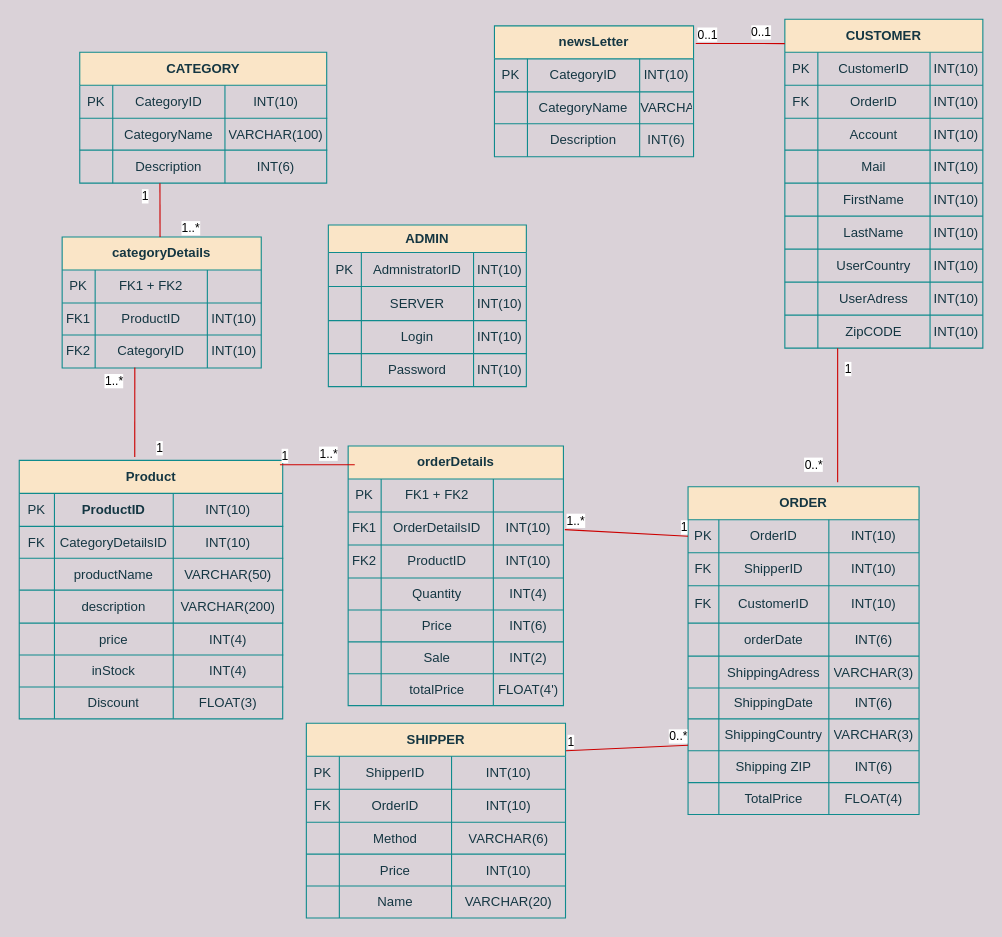
Before: fysisktDiagram.drawio in TechWithRyan/Webbshop, a draw.io diagram. Source tidied: cells renumbered, new cells numbered last; positions are measured from the earlier drawing's top-left corner, leaving out a move shared by most shapes. Both pictures are drawn from the tidied source at 110%, with x=0, y=0 at pixel (19, 19).
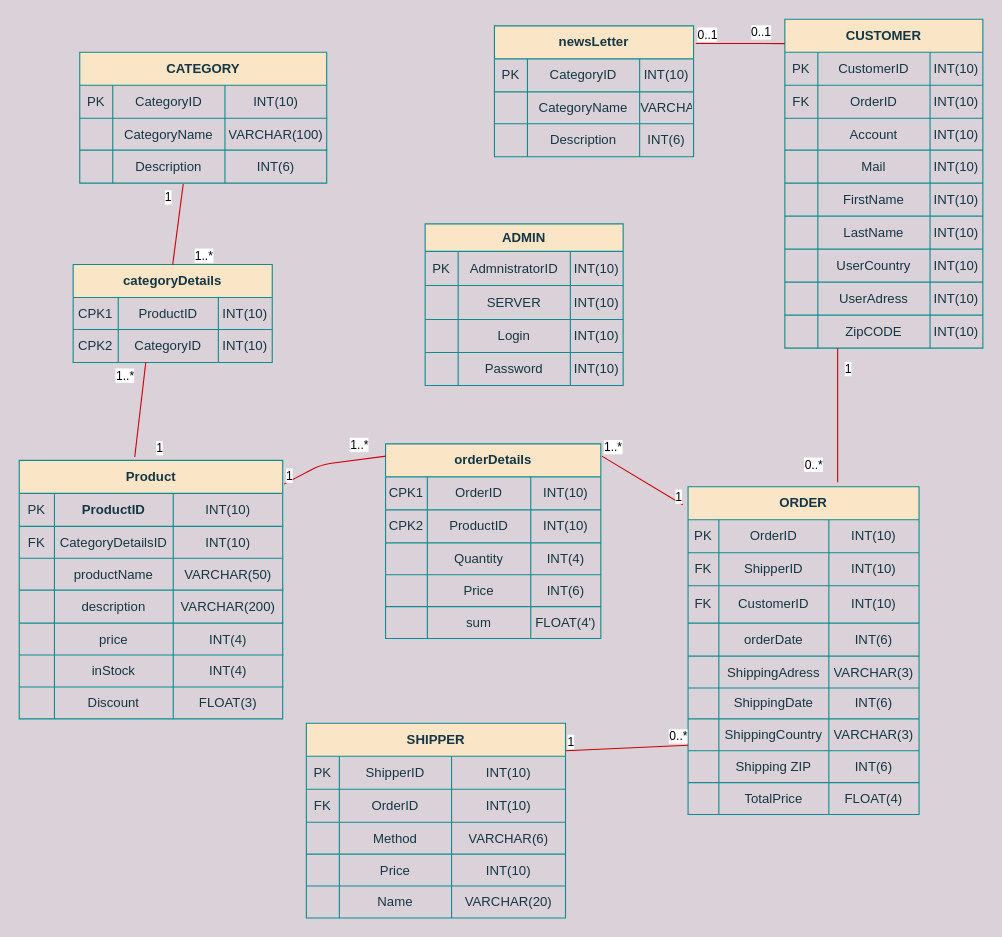
After the change.

The change refers to these unchanged cells:
```xml
<mxCell id="2" value="Product" style="shape=table;html=1;whiteSpace=wrap;startSize=30;childLayout=tableLayout;fontStyle=1;align=center;fillColor=#FAE5C7;strokeColor=#0F8B8D;fontColor=#143642;" parent="1" vertex="1">
  <mxGeometry y="401" width="239.5" height="235" as="geometry" />
</mxCell>
<mxCell id="85" value="ORDER" style="shape=table;html=1;whiteSpace=wrap;startSize=30;childLayout=tableLayout;fontStyle=1;align=center;fillColor=#FAE5C7;strokeColor=#0F8B8D;fontColor=#143642;" parent="1" vertex="1">
  <mxGeometry x="608" y="425" width="210" height="298" as="geometry" />
</mxCell>
<mxCell id="86" style="shape=partialRectangle;html=1;whiteSpace=wrap;fillColor=none;top=0;left=0;bottom=0;right=0;points=[[0,0.5],[1,0.5]];portConstraint=eastwest;strokeColor=#0F8B8D;fontColor=#143642;" parent="85" vertex="1">
  <mxGeometry y="30" width="210" height="30" as="geometry" />
</mxCell>
<mxCell id="152" style="shape=partialRectangle;html=1;whiteSpace=wrap;fillColor=none;top=0;left=0;bottom=0;right=0;points=[[0,0.5],[1,0.5]];portConstraint=eastwest;strokeColor=#0F8B8D;fontColor=#143642;" parent="143" vertex="1">
  <mxGeometry y="89" width="224.5" height="30" as="geometry" />
</mxCell>
```

Change to the diagram source:
```diff
@@
     <mxCell id="31" value="ADMIN" style="shape=table;html=1;whiteSpace=wrap;startSize=25;childLayout=tableLayout;fontStyle=1;align=center;fillColor=#FAE5C7;strokeColor=#0F8B8D;fontColor=#143642;" parent="1" vertex="1">
-      <mxGeometry x="281" y="187" width="180" height="147" as="geometry" />
+      <mxGeometry x="369" y="186" width="180" height="147" as="geometry" />
     </mxCell>
@@
     <mxCell id="169" value="orderDetails" style="shape=table;html=1;whiteSpace=wrap;startSize=30;childLayout=tableLayout;fontStyle=1;align=center;fillColor=#FAE5C7;strokeColor=#0F8B8D;fontColor=#143642;" parent="1" vertex="1">
-      <mxGeometry x="299" y="388" width="195.7" height="236" as="geometry" />
+      <mxGeometry x="333" y="386" width="195.7" height="177" as="geometry" />
     </mxCell>
-    <mxCell id="170" style="shape=partialRectangle;html=1;whiteSpace=wrap;fillColor=none;top=0;left=0;bottom=0;right=0;strokeColor=#0F8B8D;fontColor=#143642;" parent="169" vertex="1">
-      <mxGeometry y="30" width="195.7" height="30" as="geometry" />
-    </mxCell>
-    <mxCell id="171" value="PK" style="shape=partialRectangle;html=1;whiteSpace=wrap;fillColor=none;top=0;left=0;bottom=0;right=0;overflow=hidden;strokeColor=#0F8B8D;fontColor=#143642;" parent="170" vertex="1">
-      <mxGeometry width="30" height="30" as="geometry" />
-    </mxCell>
-    <mxCell id="172" value="FK1 + FK2" style="shape=partialRectangle;html=1;whiteSpace=wrap;fillColor=none;top=0;left=0;bottom=0;right=0;overflow=hidden;strokeColor=#0F8B8D;fontColor=#143642;" parent="170" vertex="1">
-      <mxGeometry x="30" width="102" height="30" as="geometry" />
-    </mxCell>
-    <mxCell id="173" style="shape=partialRectangle;html=1;whiteSpace=wrap;fillColor=none;top=0;left=0;bottom=0;right=0;overflow=hidden;strokeColor=#0F8B8D;fontColor=#143642;" parent="170" vertex="1">
-      <mxGeometry x="132" width="64" height="30" as="geometry" />
-    </mxCell>
     <mxCell id="174" style="shape=partialRectangle;html=1;whiteSpace=wrap;fillColor=none;top=0;left=0;bottom=0;right=0;strokeColor=#0F8B8D;fontColor=#143642;" parent="169" vertex="1">
-      <mxGeometry y="60" width="195.7" height="30" as="geometry" />
+      <mxGeometry y="30" width="195.7" height="30" as="geometry" />
     </mxCell>
-    <mxCell id="175" value="FK1" style="shape=partialRectangle;html=1;whiteSpace=wrap;fillColor=none;top=0;left=0;bottom=0;right=0;overflow=hidden;strokeColor=#0F8B8D;fontColor=#143642;" parent="174" vertex="1">
-      <mxGeometry width="30" height="30" as="geometry" />
+    <mxCell id="175" value="CPK1" style="shape=partialRectangle;html=1;whiteSpace=wrap;fillColor=none;top=0;left=0;bottom=0;right=0;overflow=hidden;strokeColor=#0F8B8D;fontColor=#143642;" parent="174" vertex="1">
+      <mxGeometry width="38" height="30" as="geometry" />
     </mxCell>
-    <mxCell id="176" value="OrderDetailsID" style="shape=partialRectangle;html=1;whiteSpace=wrap;fillColor=none;top=0;left=0;bottom=0;right=0;overflow=hidden;strokeColor=#0F8B8D;fontColor=#143642;" parent="174" vertex="1">
-      <mxGeometry x="30" width="102" height="30" as="geometry" />
+    <mxCell id="176" value="OrderID" style="shape=partialRectangle;html=1;whiteSpace=wrap;fillColor=none;top=0;left=0;bottom=0;right=0;overflow=hidden;strokeColor=#0F8B8D;fontColor=#143642;" parent="174" vertex="1">
+      <mxGeometry x="38" width="94" height="30" as="geometry" />
     </mxCell>
@@
     <mxCell id="178" style="shape=partialRectangle;html=1;whiteSpace=wrap;fillColor=none;top=0;left=0;bottom=0;right=0;strokeColor=#0F8B8D;fontColor=#143642;" parent="169" vertex="1">
-      <mxGeometry y="90" width="195.7" height="30" as="geometry" />
+      <mxGeometry y="60" width="195.7" height="30" as="geometry" />
     </mxCell>
-    <mxCell id="179" value="FK2" style="shape=partialRectangle;html=1;whiteSpace=wrap;fillColor=none;top=0;left=0;bottom=0;right=0;overflow=hidden;strokeColor=#0F8B8D;fontColor=#143642;" parent="178" vertex="1">
-      <mxGeometry width="30" height="30" as="geometry" />
+    <mxCell id="179" value="CPK2" style="shape=partialRectangle;html=1;whiteSpace=wrap;fillColor=none;top=0;left=0;bottom=0;right=0;overflow=hidden;strokeColor=#0F8B8D;fontColor=#143642;" parent="178" vertex="1">
+      <mxGeometry width="38" height="30" as="geometry" />
     </mxCell>
     <mxCell id="180" value="ProductID" style="shape=partialRectangle;html=1;whiteSpace=wrap;fillColor=none;top=0;left=0;bottom=0;right=0;overflow=hidden;strokeColor=#0F8B8D;fontColor=#143642;" parent="178" vertex="1">
-      <mxGeometry x="30" width="102" height="30" as="geometry" />
+      <mxGeometry x="38" width="94" height="30" as="geometry" />
     </mxCell>
@@
     <mxCell id="182" style="shape=partialRectangle;html=1;whiteSpace=wrap;fillColor=none;top=0;left=0;bottom=0;right=0;strokeColor=#0F8B8D;fontColor=#143642;" parent="169" vertex="1">
-      <mxGeometry y="120" width="195.7" height="29" as="geometry" />
+      <mxGeometry y="90" width="195.7" height="29" as="geometry" />
     </mxCell>
     <mxCell id="183" style="shape=partialRectangle;html=1;whiteSpace=wrap;fillColor=none;top=0;left=0;bottom=0;right=0;overflow=hidden;strokeColor=#0F8B8D;fontColor=#143642;" parent="182" vertex="1">
-      <mxGeometry width="30" height="29" as="geometry" />
+      <mxGeometry width="38" height="29" as="geometry" />
     </mxCell>
     <mxCell id="184" value="&lt;span style=&quot;text-align: left&quot;&gt;Quantity&lt;/span&gt;" style="shape=partialRectangle;html=1;whiteSpace=wrap;fillColor=none;top=0;left=0;bottom=0;right=0;overflow=hidden;strokeColor=#0F8B8D;fontColor=#143642;" parent="182" vertex="1">
-      <mxGeometry x="30" width="102" height="29" as="geometry" />
+      <mxGeometry x="38" width="94" height="29" as="geometry" />
     </mxCell>
@@
     <mxCell id="186" style="shape=partialRectangle;html=1;whiteSpace=wrap;fillColor=none;top=0;left=0;bottom=0;right=0;strokeColor=#0F8B8D;fontColor=#143642;" parent="169" vertex="1">
-      <mxGeometry y="149" width="195.7" height="29" as="geometry" />
+      <mxGeometry y="119" width="195.7" height="29" as="geometry" />
     </mxCell>
     <mxCell id="187" style="shape=partialRectangle;html=1;whiteSpace=wrap;fillColor=none;top=0;left=0;bottom=0;right=0;overflow=hidden;strokeColor=#0F8B8D;fontColor=#143642;" parent="186" vertex="1">
-      <mxGeometry width="30" height="29" as="geometry" />
+      <mxGeometry width="38" height="29" as="geometry" />
     </mxCell>
     <mxCell id="188" value="&lt;span style=&quot;text-align: left&quot;&gt;Price&lt;/span&gt;" style="shape=partialRectangle;html=1;whiteSpace=wrap;fillColor=none;top=0;left=0;bottom=0;right=0;overflow=hidden;strokeColor=#0F8B8D;fontColor=#143642;" parent="186" vertex="1">
-      <mxGeometry x="30" width="102" height="29" as="geometry" />
+      <mxGeometry x="38" width="94" height="29" as="geometry" />
     </mxCell>
@@
-    <mxCell id="190" style="shape=partialRectangle;html=1;whiteSpace=wrap;fillColor=none;top=0;left=0;bottom=0;right=0;strokeColor=#0F8B8D;fontColor=#143642;" parent="169" vertex="1">
-      <mxGeometry y="178" width="195.7" height="29" as="geometry" />
-    </mxCell>
-    <mxCell id="191" style="shape=partialRectangle;html=1;whiteSpace=wrap;fillColor=none;top=0;left=0;bottom=0;right=0;overflow=hidden;strokeColor=#0F8B8D;fontColor=#143642;" parent="190" vertex="1">
-      <mxGeometry width="30" height="29" as="geometry" />
-    </mxCell>
-    <mxCell id="192" value="&lt;span style=&quot;text-align: left&quot;&gt;Sale&lt;/span&gt;" style="shape=partialRectangle;html=1;whiteSpace=wrap;fillColor=none;top=0;left=0;bottom=0;right=0;overflow=hidden;strokeColor=#0F8B8D;fontColor=#143642;" parent="190" vertex="1">
-      <mxGeometry x="30" width="102" height="29" as="geometry" />
-    </mxCell>
-    <mxCell id="193" value="INT(2)" style="shape=partialRectangle;html=1;whiteSpace=wrap;fillColor=none;top=0;left=0;bottom=0;right=0;overflow=hidden;strokeColor=#0F8B8D;fontColor=#143642;" parent="190" vertex="1">
-      <mxGeometry x="132" width="64" height="29" as="geometry" />
-    </mxCell>
     <mxCell id="194" style="shape=partialRectangle;html=1;whiteSpace=wrap;fillColor=none;top=0;left=0;bottom=0;right=0;strokeColor=#0F8B8D;fontColor=#143642;" parent="169" vertex="1">
-      <mxGeometry y="207" width="195.7" height="29" as="geometry" />
+      <mxGeometry y="148" width="195.7" height="29" as="geometry" />
     </mxCell>
     <mxCell id="195" style="shape=partialRectangle;html=1;whiteSpace=wrap;fillColor=none;top=0;left=0;bottom=0;right=0;overflow=hidden;strokeColor=#0F8B8D;fontColor=#143642;" parent="194" vertex="1">
-      <mxGeometry width="30" height="29" as="geometry" />
+      <mxGeometry width="38" height="29" as="geometry" />
     </mxCell>
-    <mxCell id="196" value="totalPrice" style="shape=partialRectangle;html=1;whiteSpace=wrap;fillColor=none;top=0;left=0;bottom=0;right=0;overflow=hidden;strokeColor=#0F8B8D;fontColor=#143642;" parent="194" vertex="1">
-      <mxGeometry x="30" width="102" height="29" as="geometry" />
+    <mxCell id="196" value="sum" style="shape=partialRectangle;html=1;whiteSpace=wrap;fillColor=none;top=0;left=0;bottom=0;right=0;overflow=hidden;strokeColor=#0F8B8D;fontColor=#143642;" parent="194" vertex="1">
+      <mxGeometry x="38" width="94" height="29" as="geometry" />
     </mxCell>
@@
     <mxCell id="198" value="categoryDetails" style="shape=table;html=1;whiteSpace=wrap;startSize=30;childLayout=tableLayout;fontStyle=1;align=center;fillColor=#FAE5C7;strokeColor=#0F8B8D;fontColor=#143642;" parent="1" vertex="1">
-      <mxGeometry x="39" y="198" width="181" height="119" as="geometry" />
+      <mxGeometry x="49" y="223" width="181" height="89" as="geometry" />
     </mxCell>
-    <mxCell id="199" style="shape=partialRectangle;html=1;whiteSpace=wrap;fillColor=none;top=0;left=0;bottom=0;right=0;strokeColor=#0F8B8D;fontColor=#143642;" parent="198" vertex="1">
-      <mxGeometry y="30" width="181" height="30" as="geometry" />
-    </mxCell>
-    <mxCell id="200" value="PK" style="shape=partialRectangle;html=1;whiteSpace=wrap;fillColor=none;top=0;left=0;bottom=0;right=0;overflow=hidden;strokeColor=#0F8B8D;fontColor=#143642;" parent="199" vertex="1">
-      <mxGeometry width="30" height="30" as="geometry" />
-    </mxCell>
-    <mxCell id="201" value="FK1 + FK2" style="shape=partialRectangle;html=1;whiteSpace=wrap;fillColor=none;top=0;left=0;bottom=0;right=0;overflow=hidden;strokeColor=#0F8B8D;fontColor=#143642;" parent="199" vertex="1">
-      <mxGeometry x="30" width="102" height="30" as="geometry" />
-    </mxCell>
-    <mxCell id="202" style="shape=partialRectangle;html=1;whiteSpace=wrap;fillColor=none;top=0;left=0;bottom=0;right=0;overflow=hidden;strokeColor=#0F8B8D;fontColor=#143642;" parent="199" vertex="1">
-      <mxGeometry x="132" width="49" height="30" as="geometry" />
-    </mxCell>
     <mxCell id="203" style="shape=partialRectangle;html=1;whiteSpace=wrap;fillColor=none;top=0;left=0;bottom=0;right=0;strokeColor=#0F8B8D;fontColor=#143642;" parent="198" vertex="1">
-      <mxGeometry y="60" width="181" height="29" as="geometry" />
+      <mxGeometry y="30" width="181" height="29" as="geometry" />
     </mxCell>
-    <mxCell id="204" value="FK1" style="shape=partialRectangle;html=1;whiteSpace=wrap;fillColor=none;top=0;left=0;bottom=0;right=0;overflow=hidden;strokeColor=#0F8B8D;fontColor=#143642;" parent="203" vertex="1">
-      <mxGeometry width="30" height="29" as="geometry" />
+    <mxCell id="204" value="CPK1" style="shape=partialRectangle;html=1;whiteSpace=wrap;fillColor=none;top=0;left=0;bottom=0;right=0;overflow=hidden;strokeColor=#0F8B8D;fontColor=#143642;" parent="203" vertex="1">
+      <mxGeometry width="41" height="29" as="geometry" />
     </mxCell>
     <mxCell id="205" value="ProductID" style="shape=partialRectangle;html=1;whiteSpace=wrap;fillColor=none;top=0;left=0;bottom=0;right=0;overflow=hidden;strokeColor=#0F8B8D;fontColor=#143642;" parent="203" vertex="1">
-      <mxGeometry x="30" width="102" height="29" as="geometry" />
+      <mxGeometry x="41" width="91" height="29" as="geometry" />
     </mxCell>
@@
     <mxCell id="207" style="shape=partialRectangle;html=1;whiteSpace=wrap;fillColor=none;top=0;left=0;bottom=0;right=0;points=[[0,0.5],[1,0.5]];portConstraint=eastwest;strokeColor=#0F8B8D;fontColor=#143642;" parent="198" vertex="1">
-      <mxGeometry y="89" width="181" height="30" as="geometry" />
+      <mxGeometry y="59" width="181" height="30" as="geometry" />
     </mxCell>
-    <mxCell id="208" value="FK2" style="shape=partialRectangle;html=1;whiteSpace=wrap;fillColor=none;top=0;left=0;bottom=0;right=0;overflow=hidden;strokeColor=#0F8B8D;fontColor=#143642;" parent="207" vertex="1">
-      <mxGeometry width="30" height="30" as="geometry" />
+    <mxCell id="208" value="CPK2" style="shape=partialRectangle;html=1;whiteSpace=wrap;fillColor=none;top=0;left=0;bottom=0;right=0;overflow=hidden;strokeColor=#0F8B8D;fontColor=#143642;" parent="207" vertex="1">
+      <mxGeometry width="41" height="30" as="geometry" />
     </mxCell>
     <mxCell id="209" value="&lt;div style=&quot;text-align: left&quot;&gt;&lt;span&gt;CategoryID&lt;/span&gt;&lt;/div&gt;" style="shape=partialRectangle;html=1;whiteSpace=wrap;fillColor=none;top=0;left=0;bottom=0;right=0;overflow=hidden;strokeColor=#0F8B8D;fontColor=#143642;" parent="207" vertex="1">
-      <mxGeometry x="30" width="102" height="30" as="geometry" />
+      <mxGeometry x="41" width="91" height="30" as="geometry" />
     </mxCell>
@@
-    <mxCell id="211" style="endArrow=none;html=1;strokeColor=#CC0000;entryX=0;entryY=0.5;entryDx=0;entryDy=0;endFill=0;" parent="1" edge="1" target="86">
-      <mxGeometry relative="1" as="geometry">
-        <mxPoint x="496" y="464" as="sourcePoint" />
-      </mxGeometry>
+    <mxCell id="211" style="endArrow=none;html=1;strokeColor=#CC0000;entryX=-0.023;entryY=0.055;entryDx=0;entryDy=0;endFill=0;exitX=1.005;exitY=0.063;exitDx=0;exitDy=0;exitPerimeter=0;entryPerimeter=0;" parent="1" edge="1" source="169" target="85">
+      <mxGeometry relative="1" as="geometry" />
     </mxCell>
@@
-    <mxCell id="217" style="endArrow=none;html=1;strokeColor=#CC0000;endFill=0;" parent="1" edge="1">
+    <mxCell id="217" style="endArrow=none;html=1;strokeColor=#CC0000;endFill=0;entryX=0.002;entryY=0.063;entryDx=0;entryDy=0;exitX=1.005;exitY=0.092;exitDx=0;exitDy=0;exitPerimeter=0;entryPerimeter=0;" parent="1" edge="1" source="2" target="169">
       <mxGeometry relative="1" as="geometry">
-        <mxPoint x="237" y="405" as="sourcePoint" />
-        <mxPoint x="305" y="405" as="targetPoint" />
         <Array as="points">
           <mxPoint x="274" y="405" />
         </Array>
       </mxGeometry>
     </mxCell>
@@
-    <mxCell id="220" style="endArrow=none;html=1;strokeColor=#CC0000;endFill=0;" parent="1" edge="1">
-      <mxGeometry relative="1" as="geometry">
-        <mxPoint x="128" y="198" as="sourcePoint" />
-        <mxPoint x="127.9" y="149" as="targetPoint" />
-      </mxGeometry>
+    <mxCell id="220" style="endArrow=none;html=1;strokeColor=#CC0000;endFill=0;exitX=0.5;exitY=0;exitDx=0;exitDy=0;entryX=0.419;entryY=1.026;entryDx=0;entryDy=0;entryPerimeter=0;" parent="1" edge="1" source="198" target="152">
+      <mxGeometry relative="1" as="geometry" />
     </mxCell>
```
